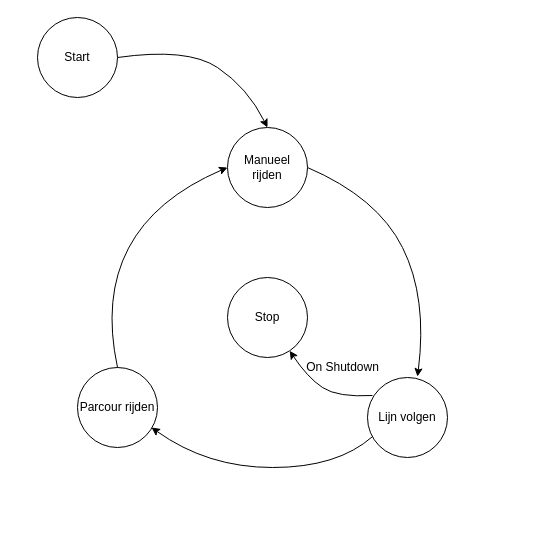
This is State diagram.drawio from JesseDenaux/SmartSystemsCarProject, a draw.io file, before an edit. Source tidied: cells renumbered, new cells numbered last; positions are measured from the earlier drawing's top-left corner, leaving out a move shared by most shapes. Both pictures are drawn from the tidied source at 100%, with x=0, y=0 at pixel (37, 17).
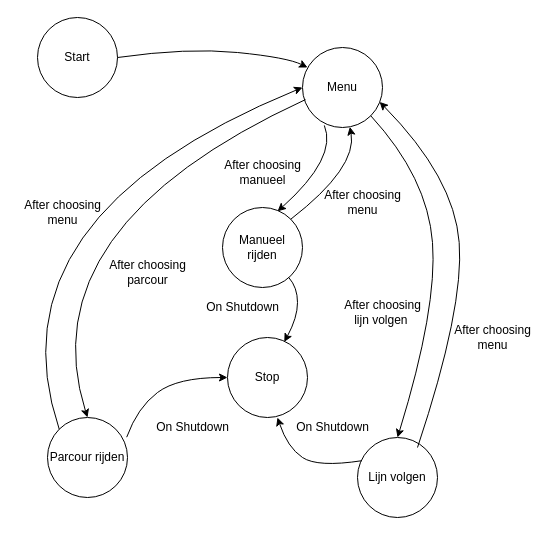
The same page after the edit.

Unchanged cells that the change refers to:
```xml
<mxCell id="2" value="Start&lt;br&gt;" style="ellipse;whiteSpace=wrap;html=1;" parent="1" vertex="1">
  <mxGeometry width="80" height="80" as="geometry" />
</mxCell>
```

Change to the diagram source:
```diff
@@
     <mxCell id="3" value="Stop" style="ellipse;whiteSpace=wrap;html=1;" parent="1" vertex="1">
-      <mxGeometry x="190" y="260" width="80" height="80" as="geometry" />
+      <mxGeometry x="190" y="320" width="80" height="80" as="geometry" />
     </mxCell>
     <mxCell id="4" value="Manueel rijden" style="ellipse;whiteSpace=wrap;html=1;" parent="1" vertex="1">
-      <mxGeometry x="190" y="110" width="80" height="80" as="geometry" />
+      <mxGeometry x="185" y="190" width="80" height="80" as="geometry" />
     </mxCell>
     <mxCell id="5" value="Lijn volgen" style="ellipse;whiteSpace=wrap;html=1;" parent="1" vertex="1">
-      <mxGeometry x="330" y="360" width="80" height="80" as="geometry" />
+      <mxGeometry x="320" y="420" width="80" height="80" as="geometry" />
     </mxCell>
     <mxCell id="6" value="Parcour rijden" style="ellipse;whiteSpace=wrap;html=1;" parent="1" vertex="1">
-      <mxGeometry x="40" y="350" width="80" height="80" as="geometry" />
+      <mxGeometry x="10" y="400" width="80" height="80" as="geometry" />
     </mxCell>
-    <mxCell id="7" style="curved=1;endArrow=classic;html=1;rounded=0;exitX=0.063;exitY=0.225;exitDx=0;exitDy=0;exitPerimeter=0;" parent="1" edge="1" source="5" target="3">
-      <mxGeometry relative="1" as="geometry">
-        <Array as="points">
-          <mxPoint x="300" y="380" />
-          <mxPoint x="270" y="360" />
-        </Array>
-      </mxGeometry>
-    </mxCell>
-    <mxCell id="8" value="On Shutdown" style="text;html=1;align=center;verticalAlign=middle;strokeColor=none;fillColor=none;" parent="1" vertex="1">
-      <mxGeometry x="260" y="340" width="90" height="20" as="geometry" />
-    </mxCell>
-    <mxCell id="9" style="curved=1;endArrow=classic;html=1;rounded=0;exitX=1;exitY=0.5;exitDx=0;exitDy=0;entryX=0.5;entryY=0;entryDx=0;entryDy=0;" parent="1" edge="1" source="2" target="4">
+    <mxCell id="9" style="curved=1;endArrow=classic;html=1;rounded=0;exitX=1;exitY=0.5;exitDx=0;exitDy=0;entryX=0.063;entryY=0.25;entryDx=0;entryDy=0;entryPerimeter=0;" parent="1" edge="1" source="2" target="13">
       <mxGeometry relative="1" as="geometry">
         <Array as="points">
           <mxPoint x="150" y="30" />
-          <mxPoint x="210" y="70" />
+          <mxPoint x="250" y="40" />
         </Array>
       </mxGeometry>
     </mxCell>
-    <mxCell id="10" style="curved=1;endArrow=classic;html=1;rounded=0;entryX=0.625;entryY=-0.012;entryDx=0;entryDy=0;entryPerimeter=0;exitX=1;exitY=0.5;exitDx=0;exitDy=0;" parent="1" edge="1" source="4" target="5">
-      <mxGeometry relative="1" as="geometry">
-        <Array as="points">
-          <mxPoint x="340" y="180" />
-          <mxPoint x="390" y="280" />
-        </Array>
-      </mxGeometry>
-    </mxCell>
-    <mxCell id="11" style="curved=1;endArrow=classic;html=1;rounded=0;exitX=0.063;exitY=0.738;exitDx=0;exitDy=0;entryX=0.925;entryY=0.75;entryDx=0;entryDy=0;entryPerimeter=0;exitPerimeter=0;" parent="1" edge="1" source="5" target="6">
-      <mxGeometry relative="1" as="geometry">
-        <Array as="points">
-          <mxPoint x="300" y="450" />
-          <mxPoint x="170" y="450" />
-        </Array>
-      </mxGeometry>
-    </mxCell>
-    <mxCell id="12" style="curved=1;endArrow=classic;html=1;rounded=0;exitX=0.5;exitY=0;exitDx=0;exitDy=0;entryX=0;entryY=0.5;entryDx=0;entryDy=0;" parent="1" edge="1" source="6" target="4">
-      <mxGeometry relative="1" as="geometry">
-        <Array as="points">
-          <mxPoint x="50" y="210" />
-        </Array>
-      </mxGeometry>
-    </mxCell>
+    <mxCell id="13" value="Menu" style="ellipse;whiteSpace=wrap;html=1;" parent="1" vertex="1">
+      <mxGeometry x="265" y="30" width="80" height="80" as="geometry" />
+    </mxCell>
+    <mxCell id="14" style="curved=1;endArrow=classic;html=1;rounded=0;exitX=0.273;exitY=0.974;exitDx=0;exitDy=0;entryX=0.688;entryY=0.048;entryDx=0;entryDy=0;entryPerimeter=0;exitPerimeter=0;" parent="1" edge="1" source="13" target="4">
+      <mxGeometry relative="1" as="geometry">
+        <Array as="points">
+          <mxPoint x="300" y="140" />
+        </Array>
+      </mxGeometry>
+    </mxCell>
+    <mxCell id="15" style="curved=1;endArrow=classic;html=1;rounded=0;exitX=1;exitY=1;exitDx=0;exitDy=0;entryX=0.5;entryY=0;entryDx=0;entryDy=0;" parent="1" edge="1" source="13" target="5">
+      <mxGeometry relative="1" as="geometry">
+        <Array as="points">
+          <mxPoint x="390" y="160" />
+          <mxPoint x="400" y="290" />
+        </Array>
+      </mxGeometry>
+    </mxCell>
+    <mxCell id="16" style="curved=1;endArrow=classic;html=1;rounded=0;exitX=0.037;exitY=0.651;exitDx=0;exitDy=0;exitPerimeter=0;entryX=0.5;entryY=0;entryDx=0;entryDy=0;" parent="1" edge="1" source="13" target="6">
+      <mxGeometry relative="1" as="geometry">
+        <Array as="points">
+          <mxPoint x="-10" y="210" />
+        </Array>
+      </mxGeometry>
+    </mxCell>
+    <mxCell id="17" style="curved=1;endArrow=classic;html=1;rounded=0;entryX=0.71;entryY=0.055;entryDx=0;entryDy=0;entryPerimeter=0;" parent="1" edge="1" source="4" target="3">
+      <mxGeometry relative="1" as="geometry">
+        <Array as="points">
+          <mxPoint x="260" y="270" />
+          <mxPoint x="260" y="300" />
+        </Array>
+      </mxGeometry>
+    </mxCell>
+    <mxCell id="18" style="curved=1;endArrow=classic;html=1;rounded=0;exitX=0.99;exitY=0.246;exitDx=0;exitDy=0;exitPerimeter=0;entryX=0;entryY=0.5;entryDx=0;entryDy=0;" parent="1" edge="1" source="6" target="3">
+      <mxGeometry relative="1" as="geometry">
+        <Array as="points">
+          <mxPoint x="100" y="390" />
+          <mxPoint x="140" y="360" />
+        </Array>
+      </mxGeometry>
+    </mxCell>
+    <mxCell id="19" style="curved=1;endArrow=classic;html=1;rounded=0;exitX=0.056;exitY=0.29;exitDx=0;exitDy=0;exitPerimeter=0;" parent="1" edge="1" source="5">
+      <mxGeometry relative="1" as="geometry">
+        <mxPoint x="240" y="400" as="targetPoint" />
+        <Array as="points">
+          <mxPoint x="280" y="450" />
+          <mxPoint x="250" y="430" />
+        </Array>
+      </mxGeometry>
+    </mxCell>
+    <mxCell id="20" style="curved=1;endArrow=classic;html=1;rounded=0;exitX=0;exitY=0;exitDx=0;exitDy=0;entryX=0;entryY=0.5;entryDx=0;entryDy=0;" parent="1" edge="1" source="6" target="13">
+      <mxGeometry relative="1" as="geometry">
+        <Array as="points">
+          <mxPoint x="-50" y="199" />
+        </Array>
+      </mxGeometry>
+    </mxCell>
+    <mxCell id="21" style="curved=1;endArrow=classic;html=1;rounded=0;entryX=0.964;entryY=0.68;entryDx=0;entryDy=0;entryPerimeter=0;" parent="1" edge="1" target="13">
+      <mxGeometry relative="1" as="geometry">
+        <mxPoint x="380" y="430" as="sourcePoint" />
+        <Array as="points">
+          <mxPoint x="426.7" y="290" />
+          <mxPoint x="416.7" y="160" />
+        </Array>
+      </mxGeometry>
+    </mxCell>
+    <mxCell id="22" style="curved=1;endArrow=classic;html=1;rounded=0;exitX=1;exitY=0;exitDx=0;exitDy=0;" parent="1" edge="1" source="4" target="13">
+      <mxGeometry relative="1" as="geometry">
+        <Array as="points">
+          <mxPoint x="320" y="150" />
+        </Array>
+      </mxGeometry>
+    </mxCell>
+    <mxCell id="23" value="On Shutdown" style="text;html=1;align=center;verticalAlign=middle;strokeColor=none;fillColor=none;" parent="1" vertex="1">
+      <mxGeometry x="160" y="280" width="90" height="20" as="geometry" />
+    </mxCell>
+    <mxCell id="24" value="On Shutdown" style="text;html=1;align=center;verticalAlign=middle;strokeColor=none;fillColor=none;" parent="1" vertex="1">
+      <mxGeometry x="110" y="400" width="90" height="20" as="geometry" />
+    </mxCell>
+    <mxCell id="25" value="On Shutdown" style="text;html=1;align=center;verticalAlign=middle;strokeColor=none;fillColor=none;" parent="1" vertex="1">
+      <mxGeometry x="250" y="400" width="90" height="20" as="geometry" />
+    </mxCell>
+    <mxCell id="26" value="After choosing &lt;br&gt;menu" style="text;html=1;align=center;verticalAlign=middle;strokeColor=none;fillColor=none;fontStyle=0;" parent="1" vertex="1">
+      <mxGeometry x="410" y="305" width="90" height="30" as="geometry" />
+    </mxCell>
+    <mxCell id="27" value="After choosing &lt;br&gt;menu" style="text;html=1;align=center;verticalAlign=middle;strokeColor=none;fillColor=none;fontStyle=0;" parent="1" vertex="1">
+      <mxGeometry x="280" y="170" width="90" height="30" as="geometry" />
+    </mxCell>
+    <mxCell id="28" value="After choosing &lt;br&gt;menu" style="text;html=1;align=center;verticalAlign=middle;strokeColor=none;fillColor=none;" parent="1" vertex="1">
+      <mxGeometry x="-20" y="180" width="90" height="30" as="geometry" />
+    </mxCell>
+    <mxCell id="29" value="After choosing&lt;br&gt;&amp;nbsp;parcour&amp;nbsp;" style="text;html=1;align=center;verticalAlign=middle;strokeColor=none;fillColor=none;" parent="1" vertex="1">
+      <mxGeometry x="65" y="240" width="90" height="30" as="geometry" />
+    </mxCell>
+    <mxCell id="30" value="After choosing&lt;br&gt;&amp;nbsp;manueel&amp;nbsp;" style="text;html=1;align=center;verticalAlign=middle;strokeColor=none;fillColor=none;" parent="1" vertex="1">
+      <mxGeometry x="180" y="140" width="90" height="30" as="geometry" />
+    </mxCell>
+    <mxCell id="31" value="After choosing&lt;br&gt;lijn volgen&amp;nbsp;" style="text;html=1;align=center;verticalAlign=middle;strokeColor=none;fillColor=none;" parent="1" vertex="1">
+      <mxGeometry x="300" y="280" width="90" height="30" as="geometry" />
+    </mxCell>
```
